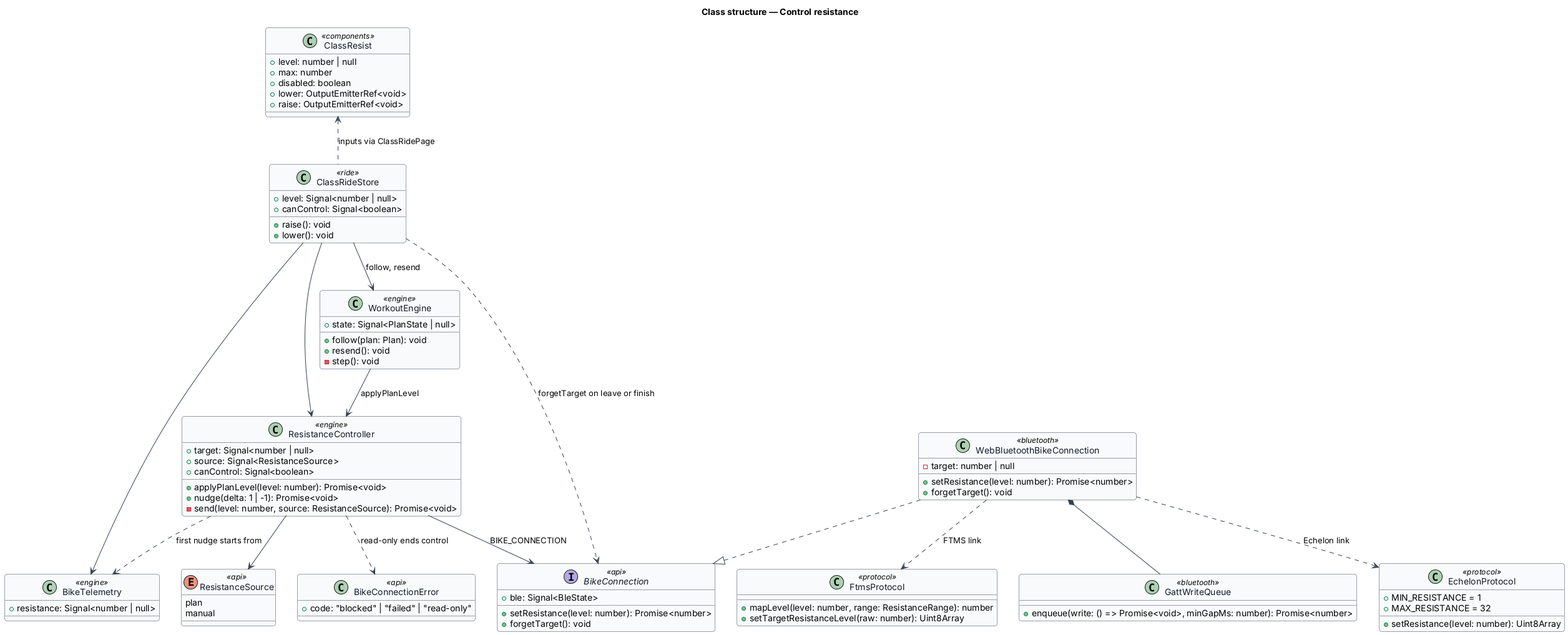
Before: docs/detailed-designs/bike/control-resistance/diagrams/class-structure.png, a diagram exported from PlantUML (QuinntyneBrown/ride-one).
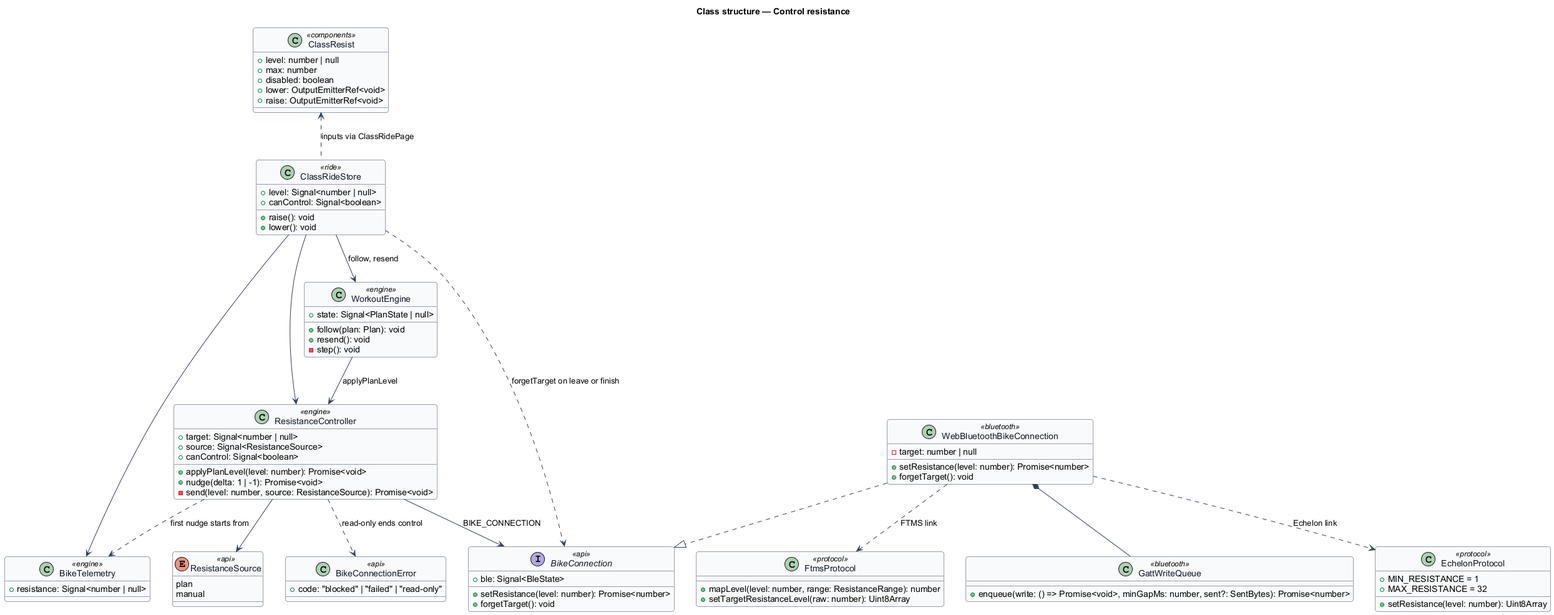
The same diagram one commit later.

Diff of the diagram source:
```diff
@@ -64,7 +64,7 @@
 }
 
 class GattWriteQueue <<bluetooth>> {
-  +enqueue(write: () => Promise<void>, minGapMs: number): Promise<number>
+  +enqueue(write: () => Promise<void>, minGapMs: number, sent?: SentBytes): Promise<number>
 }
 
 class ClassRideStore <<ride>> {
```
